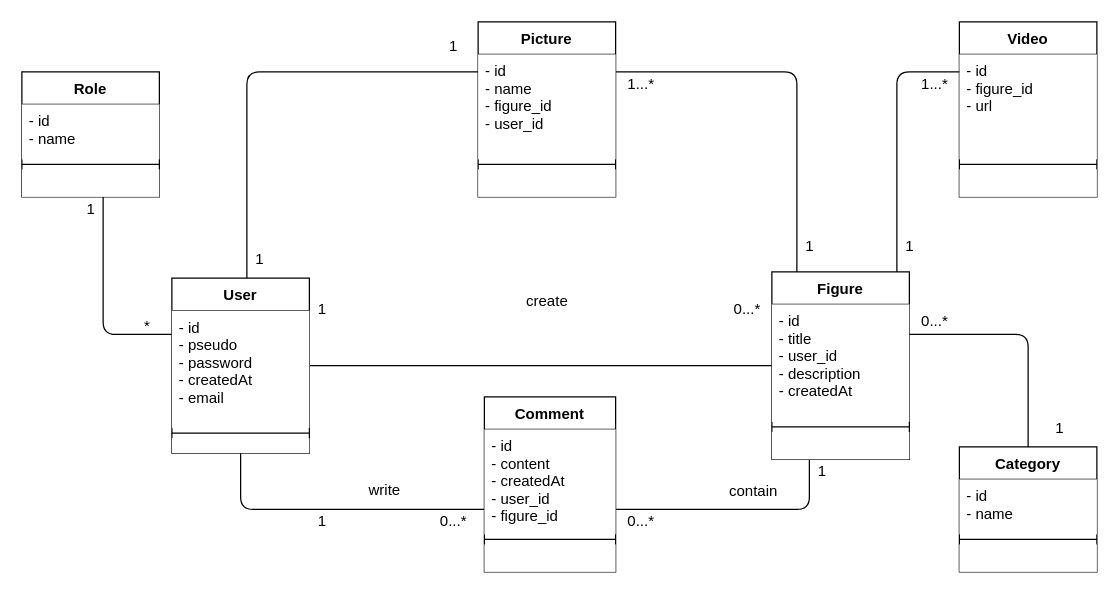
Earlier version of the draw.io diagram Diagrammes/Diagramme de classes/Diagramme de classes.drawio (JgPhil/Snowtricks). Source tidied: cells renumbered, new cells numbered last; positions are measured from the earlier drawing's top-left corner, leaving out a move shared by most shapes. Both pictures are drawn from the tidied source at 125%, with x=0, y=0 at pixel (21, 21).
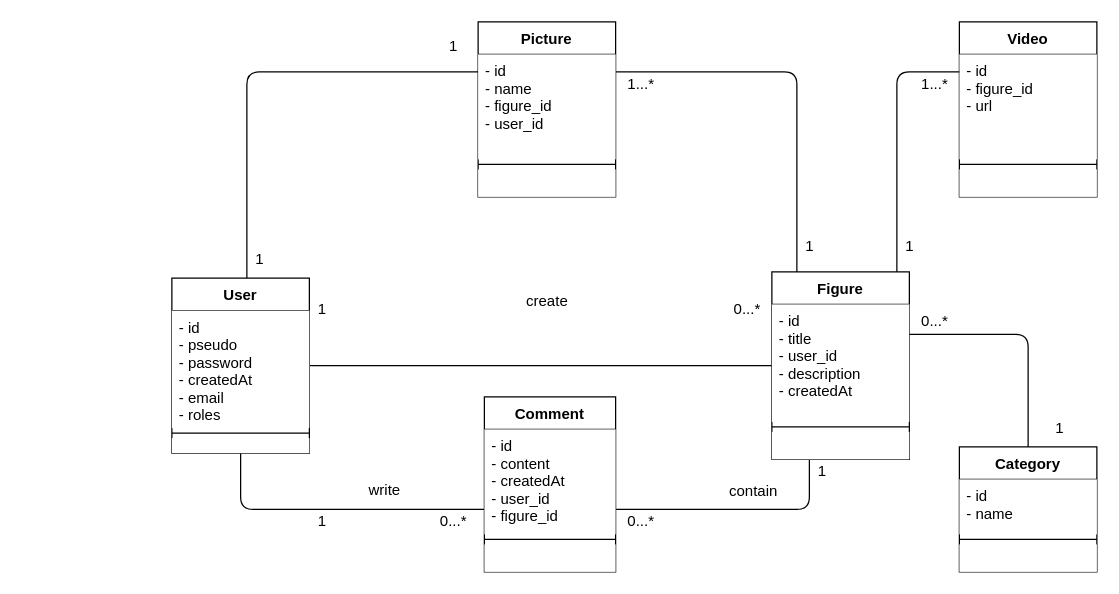
After the change.

Commit message:
class diagram updated

Unchanged cells that the change refers to:
```xml
<mxCell id="45" value="User&#10;" style="swimlane;fontStyle=1;align=center;verticalAlign=top;horizontal=1;startSize=26;swimlaneLine=1;backgroundOutline=0;fillColor=#ffffff;" parent="1" vertex="1">
  <mxGeometry x="120" y="205" width="110" height="140" as="geometry" />
</mxCell>
```

Diff of the diagram source:
```diff
@@
-    <mxCell id="18" value="1" style="text;html=1;align=center;verticalAlign=middle;" parent="1" vertex="1">
-      <mxGeometry x="45" y="140" width="20" height="20" as="geometry" />
-    </mxCell>
@@
-    <mxCell id="34" style="endArrow=none;html=1;strokeWidth=1;edgeStyle=orthogonalEdgeStyle;" parent="1" edge="1" source="35" target="45">
-      <mxGeometry relative="1" as="geometry">
-        <Array as="points">
-          <mxPoint x="65" y="250" />
-        </Array>
-      </mxGeometry>
-    </mxCell>
-    <mxCell id="35" value="Role" style="swimlane;fontStyle=1;align=center;verticalAlign=top;horizontal=1;startSize=26;swimlaneLine=1;backgroundOutline=0;fillColor=#ffffff;" parent="1" vertex="1">
-      <mxGeometry y="40" width="110" height="100" as="geometry" />
-    </mxCell>
-    <mxCell id="36" value="- id&#10;- name" style="text;strokeColor=none;fillColor=#ffffff;align=left;verticalAlign=top;spacingLeft=4;spacingRight=4;overflow=hidden;shadow=0;" parent="35" vertex="1">
-      <mxGeometry y="26" width="110" height="44" as="geometry" />
-    </mxCell>
-    <mxCell id="37" style="line;strokeWidth=1;fillColor=#ffffff;align=left;verticalAlign=middle;spacingTop=-1;spacingLeft=3;spacingRight=3;labelPosition=right;" parent="35" vertex="1">
-      <mxGeometry y="70" width="110" height="8" as="geometry" />
-    </mxCell>
-    <mxCell id="38" style="text;strokeColor=none;fillColor=#ffffff;align=left;verticalAlign=top;spacingLeft=4;spacingRight=4;overflow=hidden;" parent="35" vertex="1">
-      <mxGeometry y="78" width="110" height="22" as="geometry" />
-    </mxCell>
-    <mxCell id="39" value="*" style="text;html=1;align=center;verticalAlign=middle;" parent="1" vertex="1">
-      <mxGeometry x="90" y="234" width="20" height="20" as="geometry" />
-    </mxCell>
@@
-    <mxCell id="46" value="- id&#10;- pseudo&#10;- password&#10;- createdAt&#10;- email&#10;" style="text;strokeColor=none;fillColor=#ffffff;align=left;verticalAlign=top;spacingLeft=4;spacingRight=4;overflow=hidden;shadow=0;" parent="45" vertex="1">
+    <mxCell id="46" value="- id&#10;- pseudo&#10;- password&#10;- createdAt&#10;- email&#10;- roles&#10;" style="text;strokeColor=none;fillColor=#ffffff;align=left;verticalAlign=top;spacingLeft=4;spacingRight=4;overflow=hidden;shadow=0;" parent="45" vertex="1">
       <mxGeometry y="26" width="110" height="94" as="geometry" />
     </mxCell>
```
